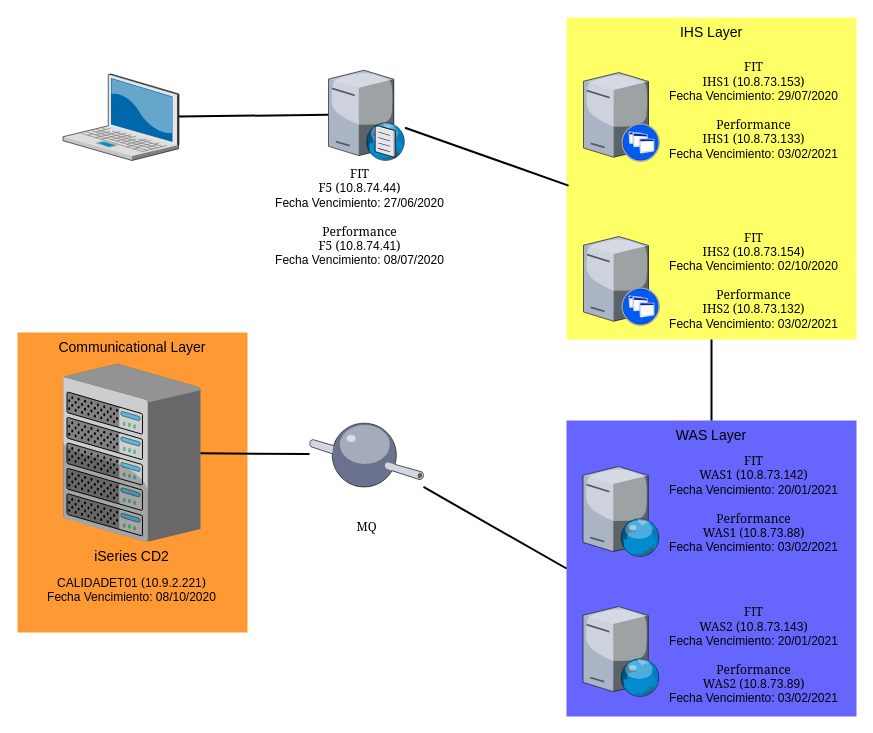
The draw.io diagram page "Page-3" (2 of 3) of Untitled Diagram.drawio in jamapilo/platzi, before the edit. Source tidied: cells renumbered, new cells numbered last; positions are measured from the earlier drawing's top-left corner, leaving out a move shared by most shapes. Both pictures are drawn from the tidied source at 100%, with x=0, y=0 at pixel (17, 17).
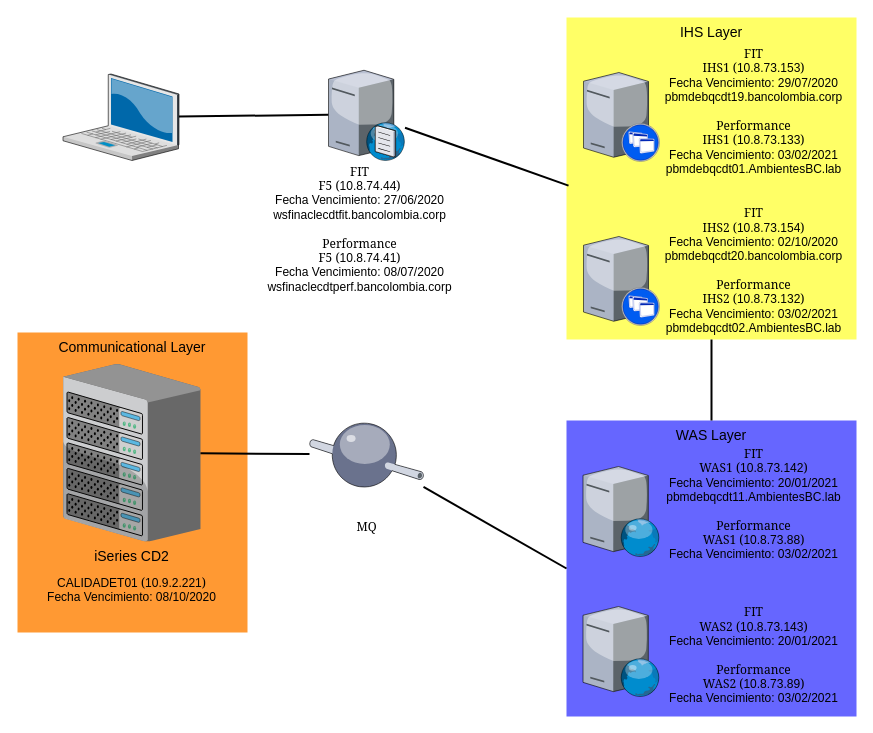
After the change.

Change to the diagram source:
```diff
@@
-    <mxCell id="10" value="&lt;font face=&quot;Georgia&quot;&gt;FIT&lt;br&gt;F5 (&lt;/font&gt;10.8.74.44&lt;font face=&quot;Georgia&quot;&gt;)&lt;br&gt;&lt;/font&gt;&lt;span&gt;Fecha Vencimiento:&amp;nbsp;&lt;/span&gt;&lt;span title=&quot;27/06/2020&quot;&gt;27/06/2020&lt;/span&gt;&lt;span&gt;&lt;br&gt;&lt;/span&gt;&lt;br&gt;&lt;font face=&quot;Georgia&quot;&gt;Performance&lt;br&gt;F5 (&lt;/font&gt;10.8.74.41&lt;font face=&quot;Georgia&quot;&gt;)&lt;br&gt;&lt;/font&gt;Fecha Vencimiento:&amp;nbsp;&lt;span title=&quot;08/07/2020&quot;&gt;08/07/2020&lt;/span&gt;&lt;br&gt;&lt;br&gt;" style="text;html=1;strokeColor=none;fillColor=none;align=center;verticalAlign=middle;whiteSpace=wrap;rounded=0;" parent="1" vertex="1">
-      <mxGeometry x="250" y="178.5" width="185" height="56" as="geometry" />
+    <mxCell id="10" value="&lt;font face=&quot;Georgia&quot;&gt;FIT&lt;br&gt;F5 (&lt;/font&gt;10.8.74.44&lt;font face=&quot;Georgia&quot;&gt;)&lt;br&gt;&lt;/font&gt;&lt;span&gt;Fecha Vencimiento:&amp;nbsp;&lt;/span&gt;&lt;span title=&quot;27/06/2020&quot;&gt;27/06/2020&lt;br&gt;&lt;/span&gt;wsfinaclecdtfit.bancolombia.corp&lt;span&gt;&lt;br&gt;&lt;/span&gt;&lt;br&gt;&lt;font face=&quot;Georgia&quot;&gt;Performance&lt;br&gt;F5 (&lt;/font&gt;10.8.74.41&lt;font face=&quot;Georgia&quot;&gt;)&lt;br&gt;&lt;/font&gt;Fecha Vencimiento:&amp;nbsp;&lt;span title=&quot;08/07/2020&quot;&gt;08/07/2020&lt;br&gt;&lt;/span&gt;wsfinaclecdtperf.bancolombia.corp&lt;br&gt;&lt;br&gt;" style="text;html=1;strokeColor=none;fillColor=none;align=center;verticalAlign=middle;whiteSpace=wrap;rounded=0;" parent="1" vertex="1">
+      <mxGeometry x="250" y="191" width="185" height="56" as="geometry" />
     </mxCell>
@@
-    <mxCell id="12" value="&lt;font face=&quot;Georgia&quot;&gt;&lt;br&gt;&lt;br&gt;FIT&lt;/font&gt;&lt;br&gt;&lt;font face=&quot;Georgia&quot;&gt;IHS2 (&lt;/font&gt;10.8.73.154&lt;font face=&quot;Georgia&quot;&gt;)&lt;br&gt;&lt;/font&gt;Fecha Vencimiento:&amp;nbsp;&lt;span title=&quot;02/10/2020&quot;&gt;02/10/2020&lt;/span&gt;&lt;br&gt;&lt;font face=&quot;Georgia&quot;&gt;&lt;br&gt;Performance&lt;br&gt;IHS2 (&lt;/font&gt;10.8.73.132&lt;font face=&quot;Georgia&quot;&gt;)&lt;br&gt;&lt;/font&gt;Fecha Vencimiento:&amp;nbsp;&lt;span title=&quot;03/02/2021&quot;&gt;03/02/2021&lt;/span&gt;&lt;br&gt;" style="text;html=1;strokeColor=none;fillColor=none;align=center;verticalAlign=middle;whiteSpace=wrap;rounded=0;" parent="1" vertex="1">
-      <mxGeometry x="644" y="219" width="185" height="60" as="geometry" />
+    <mxCell id="12" value="&lt;font face=&quot;Georgia&quot;&gt;&lt;br&gt;&lt;br&gt;FIT&lt;/font&gt;&lt;br&gt;&lt;font face=&quot;Georgia&quot;&gt;IHS2 (&lt;/font&gt;10.8.73.154&lt;font face=&quot;Georgia&quot;&gt;)&lt;br&gt;&lt;/font&gt;Fecha Vencimiento:&amp;nbsp;&lt;span title=&quot;02/10/2020&quot;&gt;02/10/2020&lt;br&gt;&lt;/span&gt;pbmdebqcdt20.bancolombia.corp&lt;br&gt;&lt;font face=&quot;Georgia&quot;&gt;&lt;br&gt;Performance&lt;br&gt;IHS2 (&lt;/font&gt;10.8.73.132&lt;font face=&quot;Georgia&quot;&gt;)&lt;br&gt;&lt;/font&gt;Fecha Vencimiento:&amp;nbsp;&lt;span title=&quot;03/02/2021&quot;&gt;03/02/2021&lt;br&gt;&lt;/span&gt;pbmdebqcdt02.AmbientesBC.lab&lt;br&gt;" style="text;html=1;strokeColor=none;fillColor=none;align=center;verticalAlign=middle;whiteSpace=wrap;rounded=0;" parent="1" vertex="1">
+      <mxGeometry x="644" y="209" width="185" height="60" as="geometry" />
     </mxCell>
-    <mxCell id="13" value="&lt;font face=&quot;Georgia&quot;&gt;&lt;br&gt;&lt;br&gt;&lt;/font&gt;&lt;font face=&quot;Georgia&quot;&gt;FIT&lt;br&gt;IHS1 (&lt;/font&gt;10.8.73.153&lt;font face=&quot;Georgia&quot;&gt;)&lt;br&gt;&lt;/font&gt;Fecha Vencimiento:&amp;nbsp;&lt;span title=&quot;29/07/2020&quot;&gt;29/07/2020&lt;/span&gt;&lt;br&gt;&lt;font face=&quot;Georgia&quot;&gt;&lt;br&gt;Performance&lt;br&gt;IHS1 (&lt;/font&gt;10.8.73.133&lt;font face=&quot;Georgia&quot;&gt;)&lt;br&gt;&lt;/font&gt;&lt;span&gt;Fecha Vencimiento:&amp;nbsp;&lt;/span&gt;&lt;span title=&quot;03/02/2021&quot;&gt;03/02/2021&lt;/span&gt;&lt;br&gt;&lt;br&gt;" style="text;html=1;strokeColor=none;fillColor=none;align=center;verticalAlign=middle;whiteSpace=wrap;rounded=0;" parent="1" vertex="1">
-      <mxGeometry x="644" y="56.5" width="185" height="58" as="geometry" />
+    <mxCell id="13" value="&lt;font face=&quot;Georgia&quot;&gt;&lt;br&gt;&lt;br&gt;&lt;/font&gt;&lt;font face=&quot;Georgia&quot;&gt;FIT&lt;br&gt;IHS1 (&lt;/font&gt;10.8.73.153&lt;font face=&quot;Georgia&quot;&gt;)&lt;br&gt;&lt;/font&gt;Fecha Vencimiento:&amp;nbsp;&lt;span title=&quot;29/07/2020&quot;&gt;29/07/2020&lt;br&gt;&lt;/span&gt;pbmdebqcdt19.bancolombia.corp&lt;br&gt;&lt;font face=&quot;Georgia&quot;&gt;&lt;br&gt;Performance&lt;br&gt;IHS1 (&lt;/font&gt;10.8.73.133&lt;font face=&quot;Georgia&quot;&gt;)&lt;br&gt;&lt;/font&gt;&lt;span&gt;Fecha Vencimiento:&amp;nbsp;&lt;/span&gt;&lt;span title=&quot;03/02/2021&quot;&gt;03/02/2021&lt;br&gt;&lt;/span&gt;pbmdebqcdt01.AmbientesBC.lab&lt;br&gt;&lt;br&gt;" style="text;html=1;strokeColor=none;fillColor=none;align=center;verticalAlign=middle;whiteSpace=wrap;rounded=0;" parent="1" vertex="1">
+      <mxGeometry x="644" y="59" width="185" height="56" as="geometry" />
     </mxCell>
@@
-    <mxCell id="17" value="&lt;font face=&quot;Georgia&quot;&gt;FIT&lt;br&gt;WAS1 (&lt;/font&gt;10.8.73.142&lt;font face=&quot;Georgia&quot;&gt;)&lt;br&gt;&lt;/font&gt;&lt;span&gt;Fecha Vencimiento:&amp;nbsp;&lt;/span&gt;&lt;span title=&quot;20/01/2021&quot;&gt;20/01/2021&lt;br&gt;&lt;/span&gt;&lt;br&gt;&lt;font face=&quot;Georgia&quot;&gt;Performance&lt;br&gt;WAS1 (&lt;/font&gt;10.8.73.88&lt;font face=&quot;Georgia&quot;&gt;)&lt;br&gt;&lt;/font&gt;Fecha Vencimiento:&amp;nbsp;&lt;span title=&quot;03/02/2021&quot;&gt;03/02/2021&lt;/span&gt;&lt;br&gt;&lt;br&gt;" style="text;html=1;strokeColor=none;fillColor=none;align=center;verticalAlign=middle;whiteSpace=wrap;rounded=0;" parent="1" vertex="1">
+    <mxCell id="17" value="&lt;font face=&quot;Georgia&quot;&gt;FIT&lt;br&gt;WAS1 (&lt;/font&gt;10.8.73.142&lt;font face=&quot;Georgia&quot;&gt;)&lt;br&gt;&lt;/font&gt;&lt;span&gt;Fecha Vencimiento:&amp;nbsp;&lt;/span&gt;&lt;span title=&quot;20/01/2021&quot;&gt;20/01/2021&lt;br&gt;pbmdebqcdt11.AmbientesBC.lab&lt;br&gt;&lt;/span&gt;&lt;br&gt;&lt;font face=&quot;Georgia&quot;&gt;Performance&lt;br&gt;WAS1 (&lt;/font&gt;10.8.73.88&lt;font face=&quot;Georgia&quot;&gt;)&lt;br&gt;&lt;/font&gt;Fecha Vencimiento:&amp;nbsp;&lt;span title=&quot;03/02/2021&quot;&gt;03/02/2021&lt;/span&gt;&lt;br&gt;&lt;br&gt;" style="text;html=1;strokeColor=none;fillColor=none;align=center;verticalAlign=middle;whiteSpace=wrap;rounded=0;" parent="1" vertex="1">
       <mxGeometry x="644" y="465" width="185" height="58" as="geometry" />
     </mxCell>
```
